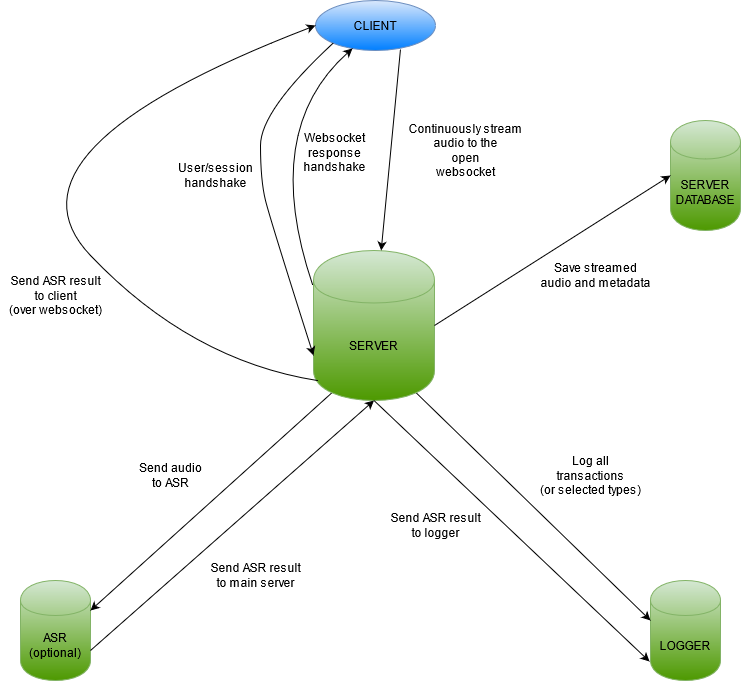
Earlier version of the draw.io export rispik/rispik_chart.png (stts-se/tillstudpub). Source tidied: cells renumbered, new cells last; positions are measured from the earlier drawing's top-left corner, leaving out a move shared by most shapes.
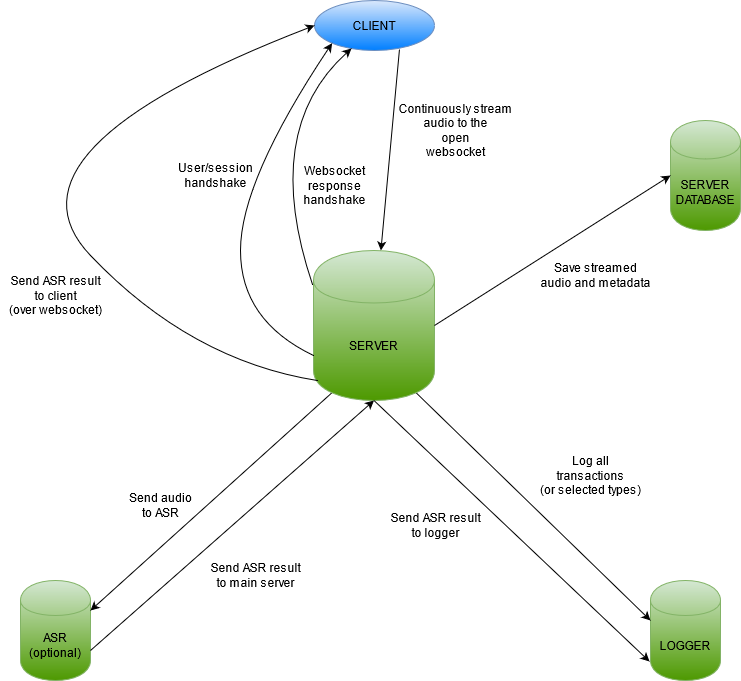
After the commit.

Diff of the diagram source:
```diff
@@ -13,7 +13,7 @@
       </mxGeometry>
     </mxCell>
     <mxCell id="4" value="CLIENT" style="ellipse;whiteSpace=wrap;html=1;fillColor=#dae8fc;strokeColor=#6c8ebf;gradientColor=#007FFF;" parent="1" vertex="1">
-      <mxGeometry x="325" width="120" height="50" as="geometry" />
+      <mxGeometry x="324" width="120" height="50" as="geometry" />
     </mxCell>
     <mxCell id="5" value="SERVER" style="shape=cylinder;whiteSpace=wrap;html=1;boundedLbl=1;backgroundOutline=1;fillColor=#d5e8d4;strokeColor=#82b366;gradientColor=#4D9900;" parent="1" vertex="1">
       <mxGeometry x="323" y="250" width="121" height="150" as="geometry" />
@@ -31,15 +31,6 @@
         </Array>
       </mxGeometry>
     </mxCell>
-    <mxCell id="9" style="curved=1;endArrow=classic;html=1;entryX=0;entryY=0.7;entryDx=0;entryDy=0;exitX=0;exitY=1;exitDx=0;exitDy=0;" parent="1" edge="1" source="4" target="5">
-      <mxGeometry relative="1" as="geometry">
-        <Array as="points">
-          <mxPoint x="270" y="110" />
-          <mxPoint x="270" y="180" />
-          <mxPoint x="280" y="220" />
-        </Array>
-      </mxGeometry>
-    </mxCell>
     <mxCell id="10" value="User/session&lt;br&gt;&lt;div&gt;handshake&lt;/div&gt;" style="text;html=1;align=center;verticalAlign=middle;" parent="1" vertex="1">
       <mxGeometry x="180" y="160" width="90" height="30" as="geometry" />
     </mxCell>
@@ -47,7 +38,7 @@
       <mxGeometry x="57" y="7" width="20" height="20" as="geometry" />
     </mxCell>
     <mxCell id="12" value="&lt;div&gt;Websocket&lt;/div&gt;&lt;div&gt;response&lt;br&gt;handshake&lt;/div&gt;" style="text;html=1;align=center;verticalAlign=middle;" parent="1" vertex="1">
-      <mxGeometry x="304" y="127" width="80" height="50" as="geometry" />
+      <mxGeometry x="304" y="160" width="80" height="50" as="geometry" />
     </mxCell>
     <mxCell id="13" value="&amp;nbsp;" style="text;html=1;align=center;verticalAlign=middle;" parent="12" vertex="1">
       <mxGeometry x="37" y="7" width="20" height="20" as="geometry" />
@@ -56,13 +47,13 @@
       <mxGeometry relative="1" as="geometry" />
     </mxCell>
     <mxCell id="15" value="&lt;div&gt;Continuously stream&lt;/div&gt;&lt;div&gt;audio to the&lt;/div&gt;&lt;div&gt;open &lt;br&gt;&lt;/div&gt;&lt;div&gt;websocket&lt;br&gt;&lt;/div&gt;" style="text;html=1;align=center;verticalAlign=middle;" parent="1" vertex="1">
-      <mxGeometry x="410" y="120" width="130" height="60" as="geometry" />
+      <mxGeometry x="400" y="100" width="130" height="60" as="geometry" />
     </mxCell>
     <mxCell id="16" style="endArrow=classic;html=1;entryX=1;entryY=0.3;entryDx=0;entryDy=0;exitX=0.15;exitY=0.95;exitDx=0;exitDy=0;exitPerimeter=0;" parent="1" edge="1" source="5" target="6">
       <mxGeometry relative="1" as="geometry" />
     </mxCell>
     <mxCell id="17" value="&lt;div&gt;Send audio&lt;/div&gt;&lt;div&gt;to ASR&lt;/div&gt;" style="text;html=1;align=center;verticalAlign=middle;" parent="1" vertex="1">
-      <mxGeometry x="140" y="460" width="80" height="30" as="geometry" />
+      <mxGeometry x="130" y="490" width="80" height="30" as="geometry" />
     </mxCell>
     <mxCell id="18" style="endArrow=classic;html=1;exitX=1;exitY=0.7;exitDx=0;exitDy=0;entryX=0.5;entryY=1;entryDx=0;entryDy=0;" parent="1" edge="1" source="6" target="5">
       <mxGeometry relative="1" as="geometry" />
@@ -102,5 +93,13 @@
     <mxCell id="28" value="Send ASR result&lt;br&gt;to client&lt;br&gt;(over websocket)" style="text;html=1;align=center;verticalAlign=middle;" parent="1" vertex="1">
       <mxGeometry x="10" y="270" width="110" height="50" as="geometry" />
     </mxCell>
+    <mxCell id="29" style="curved=1;endArrow=classic;html=1;entryX=0;entryY=1;entryDx=0;entryDy=0;exitX=0;exitY=0.7;exitDx=0;exitDy=0;" parent="1" edge="1" source="5" target="4">
+      <mxGeometry relative="1" as="geometry">
+        <Array as="points">
+          <mxPoint x="250" y="320" />
+          <mxPoint x="250" y="180" />
+        </Array>
+      </mxGeometry>
+    </mxCell>
   </root>
 </mxGraphModel>
```
